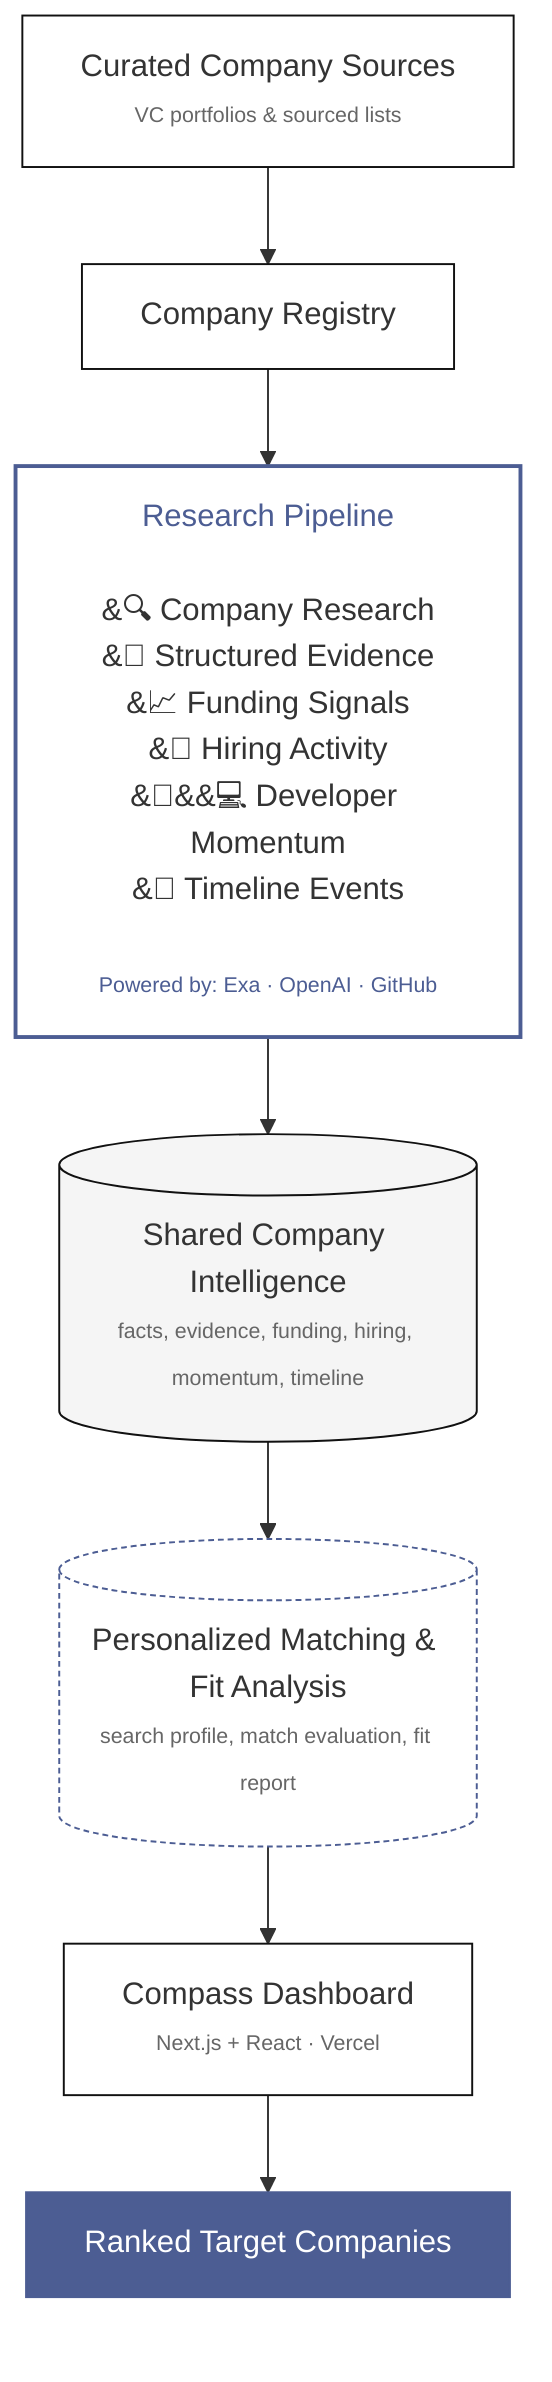
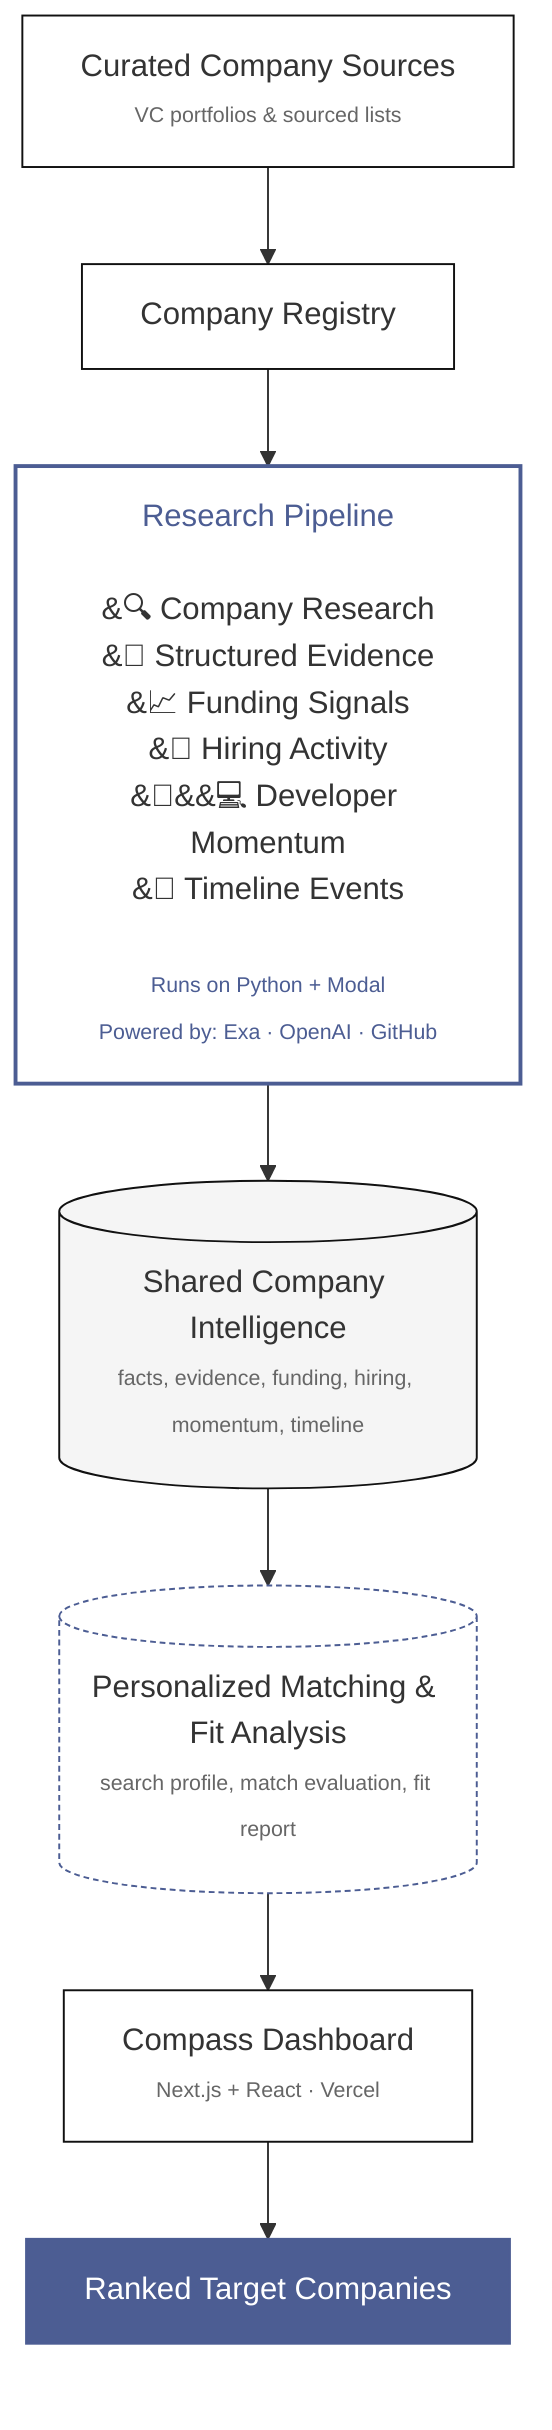
%% Compass — public architecture diagram (portfolio version)
%% Source of truth for images/compass/compass-architecture.svg
%% Verified against the compass + compass-dashboard codebases; see the
%% audit conversation for the underlying technical findings.

flowchart TD
    SRC["Curated Company Sources<br/><span style='font-size:11px;color:#666'>VC portfolios &amp; sourced lists</span>"]
    REG["Company Registry"]

-     RESEARCH["<span style='color:#4C5D93'>Research Pipeline</span><br/><br/>&#128269; Company Research<br/>&#128196; Structured Evidence<br/>&#128200; Funding Signals<br/>&#128188; Hiring Activity<br/>&#128104;&#8205;&#128187; Developer Momentum<br/>&#128240; Timeline Events<br/><br/><span style='font-size:11px;color:#4C5D93'>Powered by: Exa &middot; OpenAI &middot; GitHub</span>"]
+     RESEARCH["<span style='color:#4C5D93'>Research Pipeline</span><br/><br/>&#128269; Company Research<br/>&#128196; Structured Evidence<br/>&#128200; Funding Signals<br/>&#128188; Hiring Activity<br/>&#128104;&#8205;&#128187; Developer Momentum<br/>&#128240; Timeline Events<br/><br/><span style='font-size:11px;color:#4C5D93'>Runs on Python + Modal</span><br/><span style='font-size:11px;color:#4C5D93'>Powered by: Exa &middot; OpenAI &middot; GitHub</span>"]

    SHARED[("Shared Company Intelligence<br/><span style='font-size:11px;color:#666'>facts, evidence, funding, hiring, momentum, timeline</span>")]
    PERSONAL[("Personalized Matching &amp; Fit Analysis<br/><span style='font-size:11px;color:#666'>search profile, match evaluation, fit report</span>")]

    DASH["Compass Dashboard<br/><span style='font-size:11px;color:#666'>Next.js + React · Vercel</span>"]
    OUT["Ranked Target Companies"]

    SRC --> REG --> RESEARCH --> SHARED --> PERSONAL --> DASH --> OUT

    %% Single restrained accent color (#4C5D93, muted indigo) applied only to:
    %% Research Pipeline title/border + icons, the "Powered by" line,
    %% the Personalized Matching dashed border, and the final output box.
    %% Everything else stays monochrome black/white/gray.
    classDef shared fill:#f5f5f5,stroke:#111,stroke-width:1px
    classDef personal fill:#ffffff,stroke:#4C5D93,stroke-width:1px,stroke-dasharray:3 2
    classDef plain fill:#ffffff,stroke:#111,stroke-width:1px
    classDef centerpiece fill:#ffffff,stroke:#4C5D93,stroke-width:2px
    classDef output fill:#4C5D93,stroke:#4C5D93,stroke-width:1px,color:#ffffff
    class SHARED shared
    class PERSONAL personal
    class SRC,REG,DASH plain
    class RESEARCH centerpiece
    class OUT output
